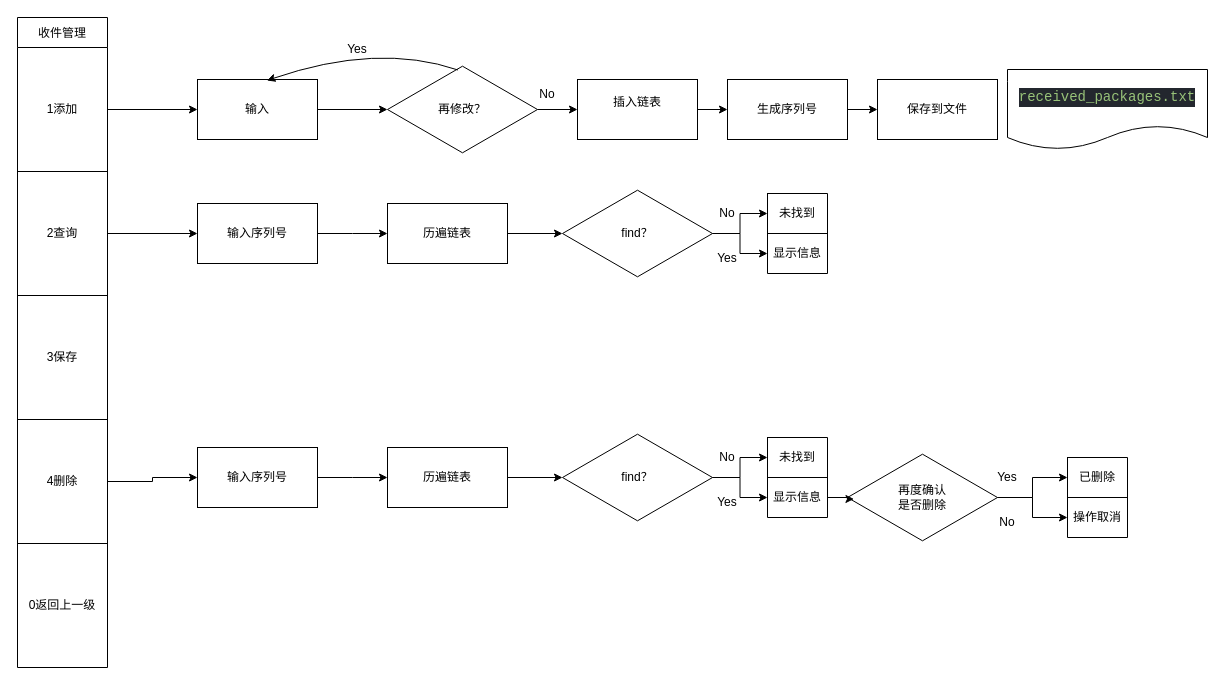
Earlier version of the draw.io diagram page "2-2收包裹管理" (5 of 8) of group6导图.drawio (AshIgnis/JLU_CourierStation). Source tidied: cells renumbered, new cells numbered last; positions are measured from the earlier drawing's top-left corner, leaving out a move shared by most shapes. Both pictures are drawn from the tidied source at 100%, with x=0, y=0 at pixel (17, 17).
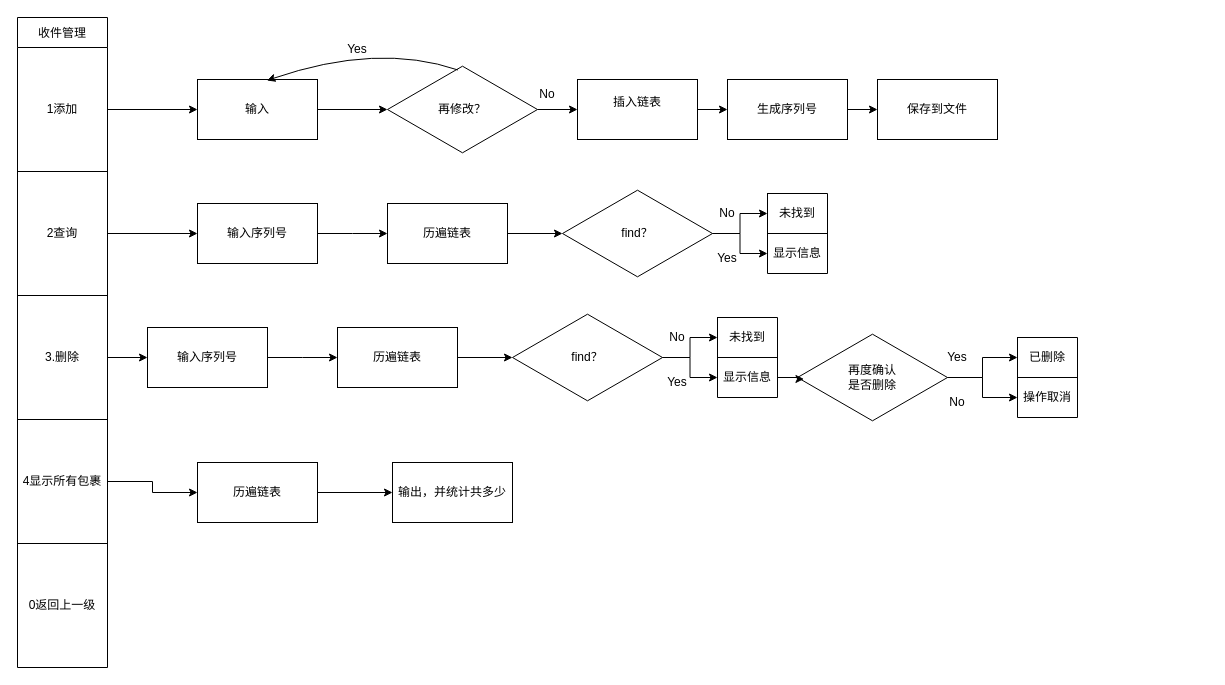
After the change.

Unchanged cells that the change refers to:
```xml
<mxCell id="7" style="shape=tableRow;horizontal=0;startSize=0;swimlaneHead=0;swimlaneBody=0;strokeColor=inherit;top=0;left=0;bottom=0;right=0;fillColor=none;points=[[0,0.5],[1,0.5]];portConstraint=eastwest;" parent="2" vertex="1">
  <mxGeometry y="278" width="90" height="124" as="geometry" />
</mxCell>
<mxCell id="9" style="shape=tableRow;horizontal=0;startSize=0;swimlaneHead=0;swimlaneBody=0;strokeColor=inherit;top=0;left=0;bottom=0;right=0;fillColor=none;points=[[0,0.5],[1,0.5]];portConstraint=eastwest;" parent="2" vertex="1">
  <mxGeometry y="402" width="90" height="124" as="geometry" />
</mxCell>
```

Diff of the diagram source:
```diff
@@
-    <mxCell id="8" value="3保存" style="shape=partialRectangle;html=1;whiteSpace=wrap;strokeColor=inherit;overflow=hidden;fillColor=none;top=0;left=0;bottom=0;right=0;" parent="7" vertex="1">
+    <mxCell id="8" value="3.删除" style="shape=partialRectangle;html=1;whiteSpace=wrap;strokeColor=inherit;overflow=hidden;fillColor=none;top=0;left=0;bottom=0;right=0;" parent="7" vertex="1">
       <mxGeometry width="90" height="124" as="geometry" />
     </mxCell>
@@
-    <mxCell id="10" value="4删除" style="shape=partialRectangle;html=1;whiteSpace=wrap;strokeColor=inherit;overflow=hidden;fillColor=none;top=0;left=0;bottom=0;right=0;" parent="9" vertex="1">
+    <mxCell id="10" value="4显示所有包裹" style="shape=partialRectangle;html=1;whiteSpace=wrap;strokeColor=inherit;overflow=hidden;fillColor=none;top=0;left=0;bottom=0;right=0;" parent="9" vertex="1">
       <mxGeometry width="90" height="124" as="geometry" />
     </mxCell>
@@
-    <mxCell id="26" value="&lt;div style=&quot;color: rgb(171, 178, 191); background-color: rgb(35, 39, 46); font-family: Consolas, &amp;quot;Courier New&amp;quot;, monospace; font-size: 14px; line-height: 19px; white-space: pre;&quot;&gt;&lt;span style=&quot;color: #98c379;&quot;&gt;received_packages.txt&lt;/span&gt;&lt;/div&gt;" style="shape=document;whiteSpace=wrap;html=1;boundedLbl=1;" parent="1" vertex="1">
-      <mxGeometry x="990" y="52" width="200" height="80" as="geometry" />
-    </mxCell>
@@
     <mxCell id="42" style="edgeStyle=orthogonalEdgeStyle;rounded=0;jettySize=auto;html=1;" parent="1" edge="1" source="43">
       <mxGeometry relative="1" as="geometry">
-        <mxPoint x="370" y="460" as="targetPoint" />
+        <mxPoint x="320" y="340" as="targetPoint" />
       </mxGeometry>
     </mxCell>
     <mxCell id="43" value="输入序列号" style="rounded=0;whiteSpace=wrap;html=1;" parent="1" vertex="1">
-      <mxGeometry x="180" y="430" width="120" height="60" as="geometry" />
+      <mxGeometry x="130" y="310" width="120" height="60" as="geometry" />
     </mxCell>
@@
     <mxCell id="45" value="历遍链表" style="rounded=0;whiteSpace=wrap;html=1;" parent="1" vertex="1">
-      <mxGeometry x="370" y="430" width="120" height="60" as="geometry" />
+      <mxGeometry x="320" y="310" width="120" height="60" as="geometry" />
     </mxCell>
@@
     <mxCell id="48" value="find？" style="html=1;whiteSpace=wrap;shape=isoRectangle;" parent="1" vertex="1">
-      <mxGeometry x="545" y="415" width="150" height="90" as="geometry" />
+      <mxGeometry x="495" y="295" width="150" height="90" as="geometry" />
     </mxCell>
     <mxCell id="49" style="shape=table;startSize=0;childLayout=tableLayout;" parent="1" vertex="1">
-      <mxGeometry x="750" y="420" width="60" height="80" as="geometry" />
+      <mxGeometry x="700" y="300" width="60" height="80" as="geometry" />
     </mxCell>
@@
     <mxCell id="54" value="Yes" style="text;html=1;align=center;verticalAlign=middle;whiteSpace=wrap;rounded=0;" parent="1" vertex="1">
-      <mxGeometry x="680" y="470" width="60" height="30" as="geometry" />
+      <mxGeometry x="630" y="350" width="60" height="30" as="geometry" />
     </mxCell>
     <mxCell id="55" value="No" style="text;html=1;align=center;verticalAlign=middle;whiteSpace=wrap;rounded=0;" parent="1" vertex="1">
-      <mxGeometry x="680" y="425" width="60" height="30" as="geometry" />
+      <mxGeometry x="630" y="305" width="60" height="30" as="geometry" />
     </mxCell>
-    <mxCell id="56" style="edgeStyle=orthogonalEdgeStyle;rounded=0;jettySize=auto;html=1;" parent="1" edge="1" source="9" target="43">
-      <mxGeometry relative="1" as="geometry" />
-    </mxCell>
@@
     <mxCell id="59" value="再度确认&lt;div&gt;是否删除&lt;/div&gt;" style="html=1;whiteSpace=wrap;shape=isoRectangle;" parent="1" vertex="1">
-      <mxGeometry x="830" y="435" width="150" height="90" as="geometry" />
+      <mxGeometry x="780" y="315" width="150" height="90" as="geometry" />
     </mxCell>
@@
     <mxCell id="61" style="shape=table;startSize=0;childLayout=tableLayout;" parent="1" vertex="1">
-      <mxGeometry x="1050" y="440" width="60" height="80" as="geometry" />
+      <mxGeometry x="1000" y="320" width="60" height="80" as="geometry" />
     </mxCell>
@@
     <mxCell id="66" value="Yes" style="text;html=1;align=center;verticalAlign=middle;whiteSpace=wrap;rounded=0;" parent="1" vertex="1">
-      <mxGeometry x="960" y="445" width="60" height="30" as="geometry" />
+      <mxGeometry x="910" y="325" width="60" height="30" as="geometry" />
     </mxCell>
     <mxCell id="67" value="No" style="text;html=1;align=center;verticalAlign=middle;whiteSpace=wrap;rounded=0;" parent="1" vertex="1">
-      <mxGeometry x="960" y="490" width="60" height="30" as="geometry" />
+      <mxGeometry x="910" y="370" width="60" height="30" as="geometry" />
     </mxCell>
+    <mxCell id="68" style="edgeStyle=orthogonalEdgeStyle;rounded=0;jettySize=auto;html=1;" parent="1" edge="1" source="7" target="43">
+      <mxGeometry relative="1" as="geometry" />
+    </mxCell>
+    <mxCell id="69" style="edgeStyle=orthogonalEdgeStyle;rounded=0;jettySize=auto;html=1;" parent="1" edge="1" source="70" target="71">
+      <mxGeometry relative="1" as="geometry" />
+    </mxCell>
+    <mxCell id="70" value="历遍链表" style="rounded=0;whiteSpace=wrap;html=1;" parent="1" vertex="1">
+      <mxGeometry x="180" y="445" width="120" height="60" as="geometry" />
+    </mxCell>
+    <mxCell id="71" value="输出，并统计共多少" style="rounded=0;whiteSpace=wrap;html=1;" parent="1" vertex="1">
+      <mxGeometry x="375" y="445" width="120" height="60" as="geometry" />
+    </mxCell>
+    <mxCell id="72" style="edgeStyle=orthogonalEdgeStyle;rounded=0;jettySize=auto;html=1;" parent="1" edge="1" source="9" target="70">
+      <mxGeometry relative="1" as="geometry" />
+    </mxCell>
```
